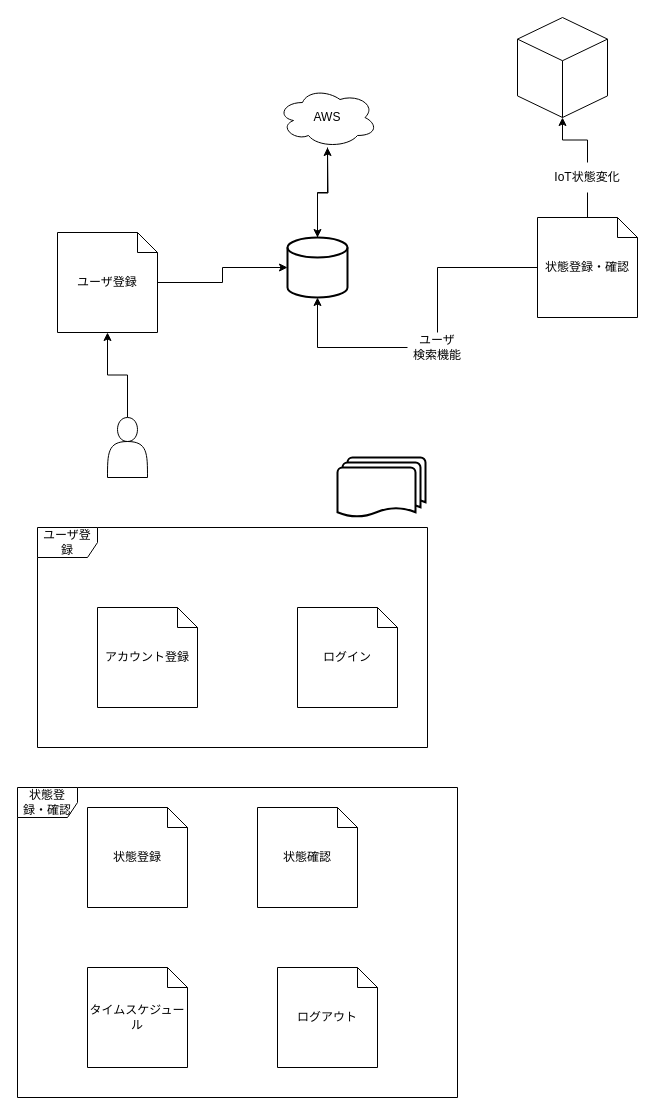
This is page "画面設計" (2 of 3) of 画面設計.drawio from ringohoka/AnnounceSituation, a draw.io file, before an edit. Source tidied: cells renumbered, new cells numbered last; positions are measured from the earlier drawing's top-left corner, leaving out a move shared by most shapes. Both pictures are drawn from the tidied source at 100%, with x=0, y=0 at pixel (17, 17).
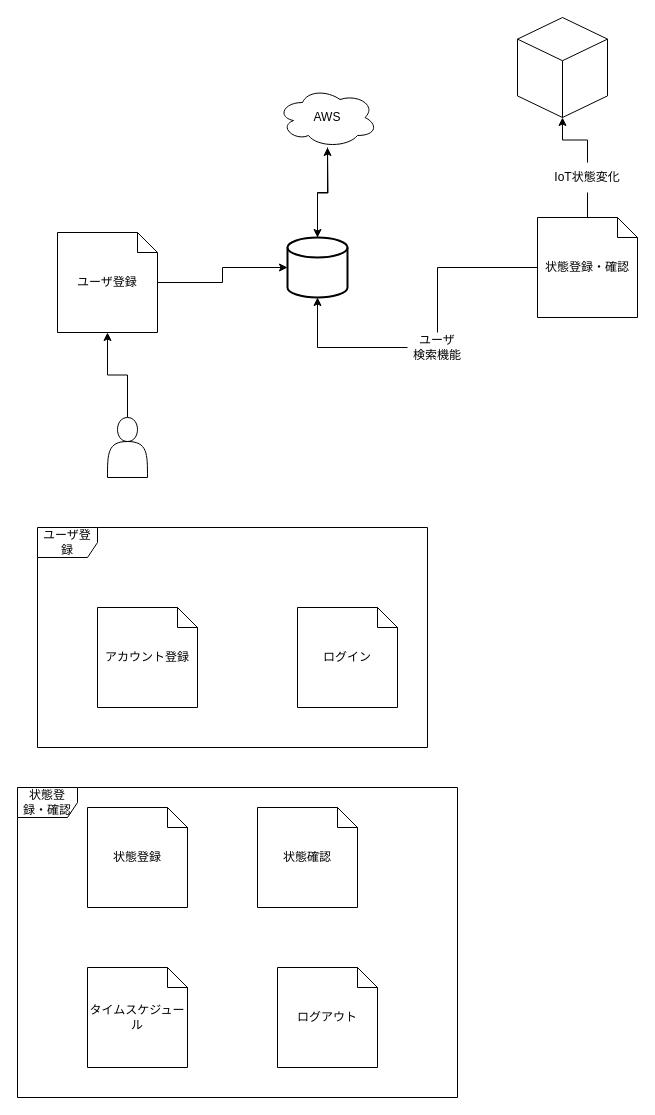
Above is the later version.

Commit message:
画面設計.drawio を更新します

Change to the diagram source:
```diff
@@
-    <mxCell id="21" style="strokeWidth=2;html=1;shape=mxgraph.flowchart.multi-document;whiteSpace=wrap;" parent="1" vertex="1">
-      <mxGeometry x="320" y="440" width="88" height="60" as="geometry" />
-    </mxCell>
```
